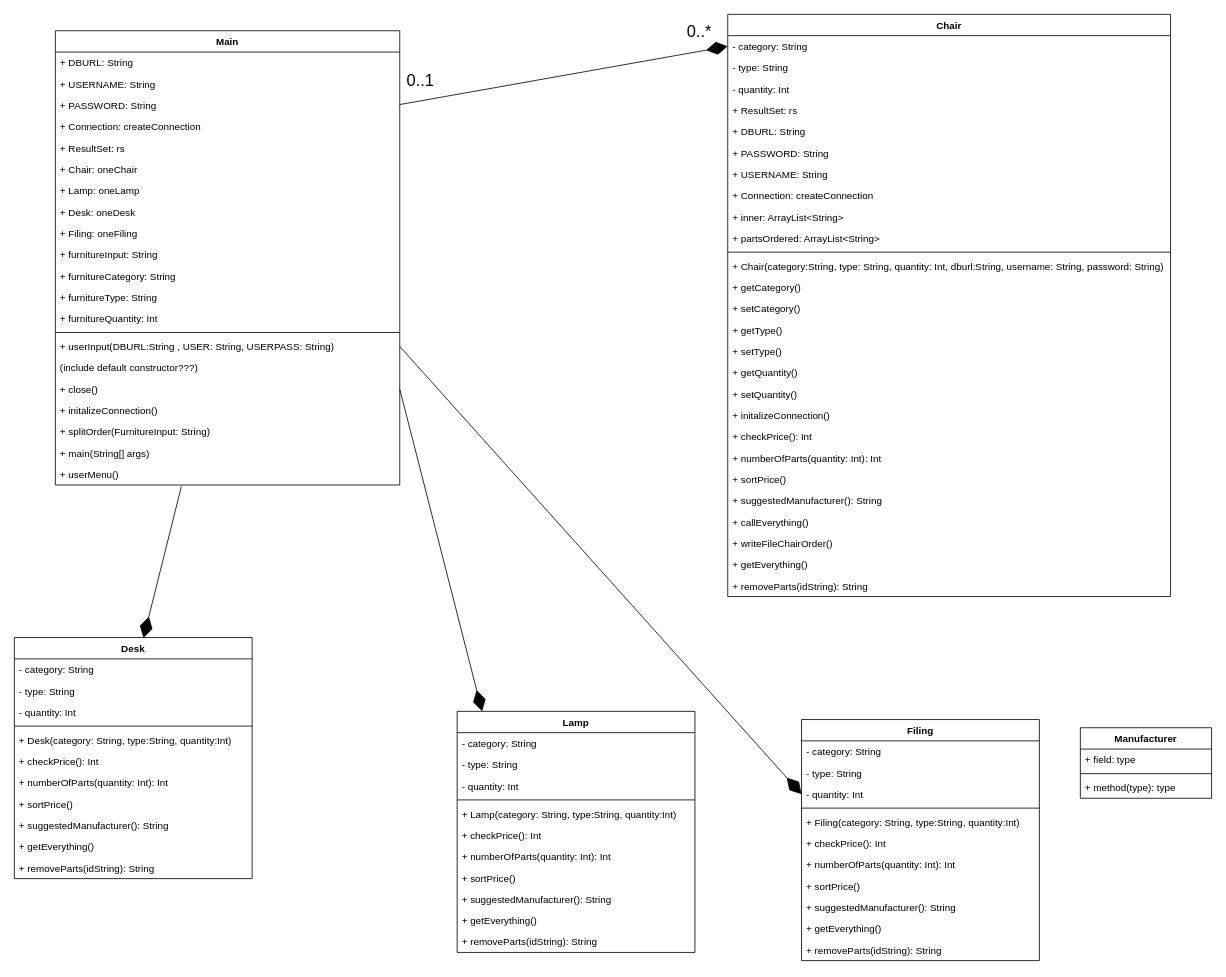
Before: src/edu/ucalgary/ensf409/FinalProjectUML.drawio in MushtabaA/Supply-Chain-Project, a draw.io diagram. Source tidied: cells renumbered, new cells numbered last; positions are measured from the earlier drawing's top-left corner, leaving out a move shared by most shapes. Both pictures are drawn from the tidied source at 82%, with x=0, y=0 at pixel (14, 14).
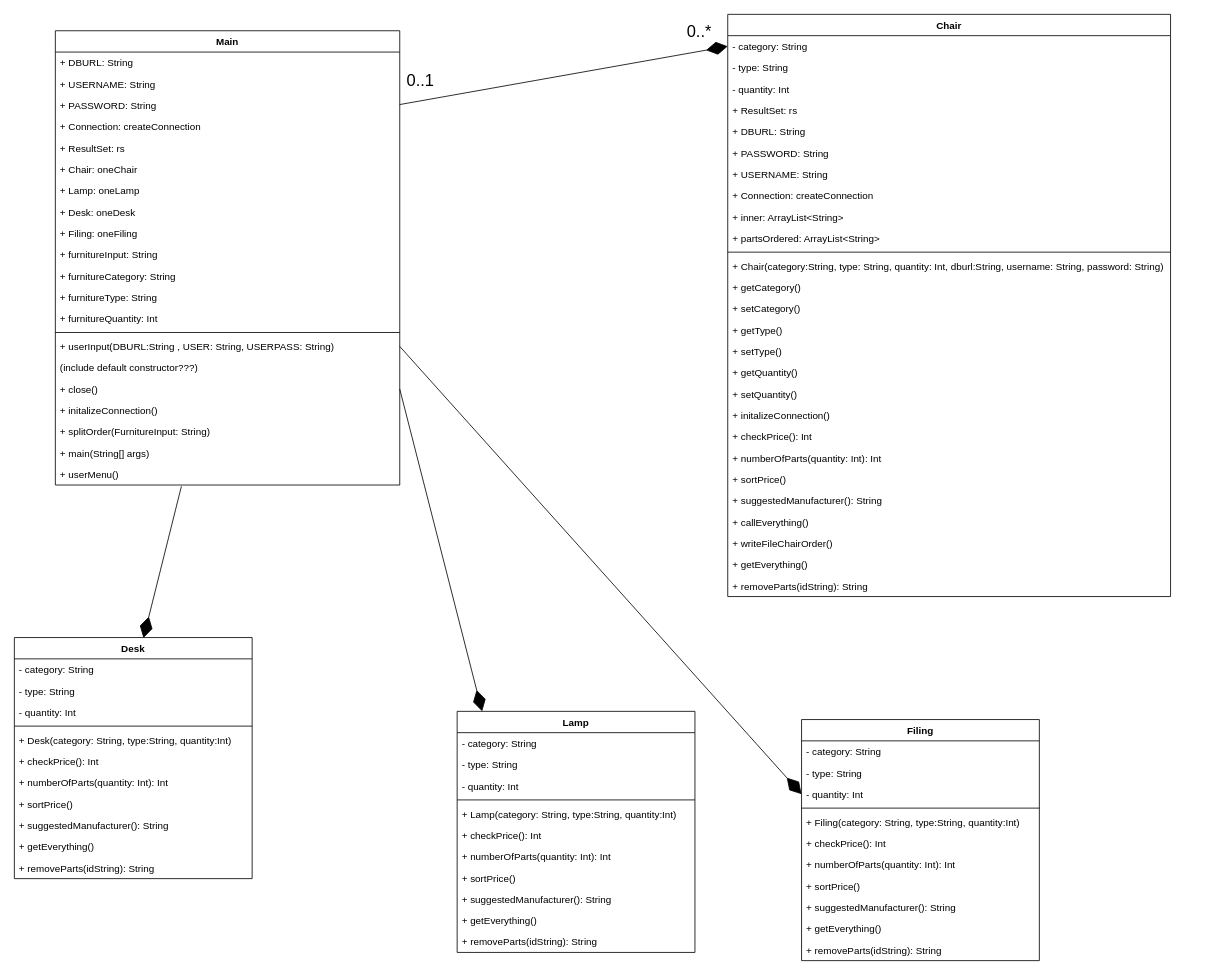
The same page after the edit.

Diff of the diagram source:
```diff
@@
-    <mxCell id="64" value="Manufacturer" style="swimlane;fontStyle=1;align=center;verticalAlign=top;horizontal=1;startSize=26;" parent="1" vertex="1">
-      <mxGeometry x="1300" y="870" width="160" height="86" as="geometry" />
-    </mxCell>
-    <mxCell id="65" value="+ field: type" style="text;strokeColor=none;fillColor=none;align=left;verticalAlign=top;spacingLeft=4;spacingRight=4;overflow=hidden;" parent="64" vertex="1">
-      <mxGeometry y="26" width="160" height="26" as="geometry" />
-    </mxCell>
-    <mxCell id="66" style="line;strokeWidth=1;fillColor=none;align=left;verticalAlign=middle;spacingTop=-1;spacingLeft=3;spacingRight=3;labelPosition=right;" parent="64" vertex="1">
-      <mxGeometry y="52" width="160" height="8" as="geometry" />
-    </mxCell>
-    <mxCell id="67" value="+ method(type): type" style="text;strokeColor=none;fillColor=none;align=left;verticalAlign=top;spacingLeft=4;spacingRight=4;overflow=hidden;" parent="64" vertex="1">
-      <mxGeometry y="60" width="160" height="26" as="geometry" />
-    </mxCell>
```
